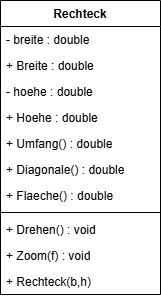
Amir19884131/IAF43_Rechteck_Amir_Sebastian keeps this draw.io diagram as Klassendiagramm.drawio.png. Above is the earlier version. Source tidied: cells renumbered, new cells last; positions are measured from the earlier drawing's top-left corner, leaving out a move shared by most shapes.
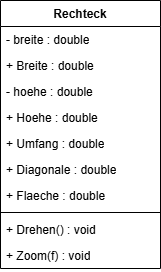
Above is the later version.

Change to the diagram source:
```diff
@@ -3,7 +3,7 @@
     <mxCell id="0" />
     <mxCell id="1" parent="0" />
     <mxCell id="2" value="Rechteck" style="swimlane;fontStyle=1;align=center;verticalAlign=top;horizontal=1;startSize=26;whiteSpace=wrap;html=1;" parent="1" vertex="1">
-      <mxGeometry width="160" height="294" as="geometry" />
+      <mxGeometry width="160" height="268" as="geometry" />
     </mxCell>
     <mxCell id="3" value="- breite : double" style="text;strokeColor=none;fillColor=none;align=left;verticalAlign=top;spacingLeft=4;spacingRight=4;overflow=hidden;whiteSpace=wrap;html=1;" parent="2" vertex="1">
       <mxGeometry y="26" width="160" height="26" as="geometry" />
@@ -17,13 +17,13 @@
     <mxCell id="6" value="+ Hoehe : double" style="text;strokeColor=none;fillColor=none;align=left;verticalAlign=top;spacingLeft=4;spacingRight=4;overflow=hidden;whiteSpace=wrap;html=1;" parent="2" vertex="1">
       <mxGeometry y="104" width="160" height="26" as="geometry" />
     </mxCell>
-    <mxCell id="7" value="+ Umfang() : double" style="text;strokeColor=none;fillColor=none;align=left;verticalAlign=top;spacingLeft=4;spacingRight=4;overflow=hidden;whiteSpace=wrap;html=1;" parent="2" vertex="1">
+    <mxCell id="7" value="+ Umfang : double" style="text;strokeColor=none;fillColor=none;align=left;verticalAlign=top;spacingLeft=4;spacingRight=4;overflow=hidden;whiteSpace=wrap;html=1;" parent="2" vertex="1">
       <mxGeometry y="130" width="160" height="26" as="geometry" />
     </mxCell>
-    <mxCell id="8" value="+ Diagonale() : double" style="text;strokeColor=none;fillColor=none;align=left;verticalAlign=top;spacingLeft=4;spacingRight=4;overflow=hidden;whiteSpace=wrap;html=1;" parent="2" vertex="1">
+    <mxCell id="8" value="+ Diagonale : double" style="text;strokeColor=none;fillColor=none;align=left;verticalAlign=top;spacingLeft=4;spacingRight=4;overflow=hidden;whiteSpace=wrap;html=1;" parent="2" vertex="1">
       <mxGeometry y="156" width="160" height="26" as="geometry" />
     </mxCell>
-    <mxCell id="9" value="+ Flaeche() : double" style="text;strokeColor=none;fillColor=none;align=left;verticalAlign=top;spacingLeft=4;spacingRight=4;overflow=hidden;whiteSpace=wrap;html=1;" parent="2" vertex="1">
+    <mxCell id="9" value="+ Flaeche : double" style="text;strokeColor=none;fillColor=none;align=left;verticalAlign=top;spacingLeft=4;spacingRight=4;overflow=hidden;whiteSpace=wrap;html=1;" parent="2" vertex="1">
       <mxGeometry y="182" width="160" height="26" as="geometry" />
     </mxCell>
     <mxCell id="10" style="line;strokeWidth=1;fillColor=none;align=left;verticalAlign=middle;spacingTop=-1;spacingLeft=3;spacingRight=3;labelPosition=right;strokeColor=inherit;" parent="2" vertex="1">
@@ -35,8 +35,5 @@
     <mxCell id="12" value="+ Zoom(f) : void" style="text;strokeColor=none;fillColor=none;align=left;verticalAlign=top;spacingLeft=4;spacingRight=4;overflow=hidden;whiteSpace=wrap;html=1;" parent="2" vertex="1">
       <mxGeometry y="242" width="160" height="26" as="geometry" />
     </mxCell>
-    <mxCell id="13" value="+ Rechteck(b,h)" style="text;strokeColor=none;fillColor=none;align=left;verticalAlign=top;spacingLeft=4;spacingRight=4;overflow=hidden;whiteSpace=wrap;html=1;" parent="2" vertex="1">
-      <mxGeometry y="268" width="160" height="26" as="geometry" />
-    </mxCell>
   </root>
 </mxGraphModel>
```
